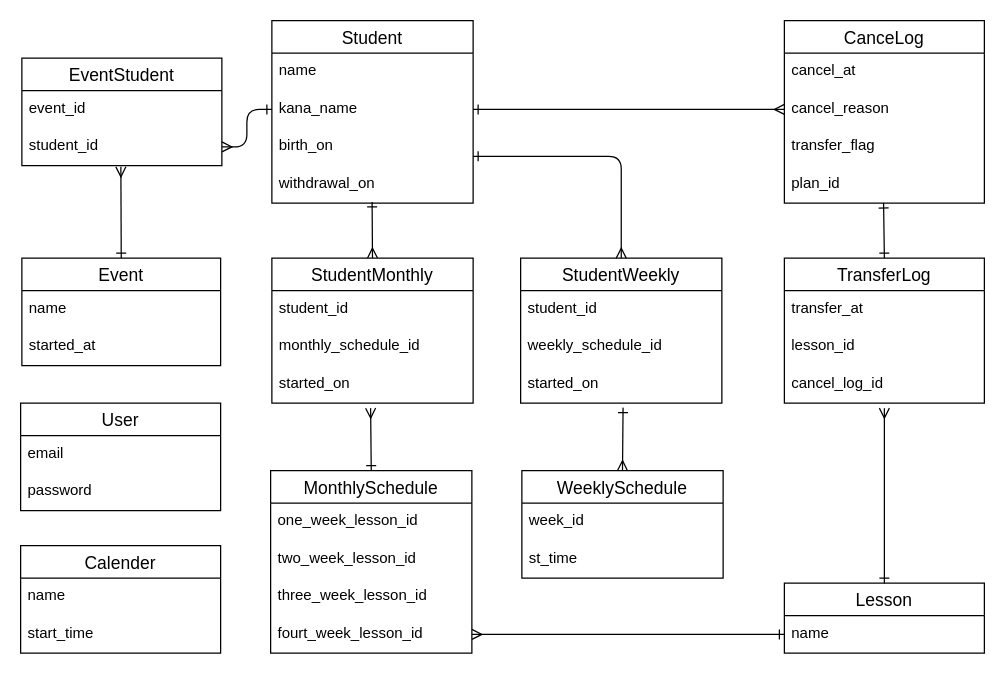
The draw.io diagram ER.dio in minidebu/classboard2, before the edit. Source tidied: cells renumbered, new cells numbered last; positions are measured from the earlier drawing's top-left corner, leaving out a move shared by most shapes. Both pictures are drawn from the tidied source at 125%, with x=0, y=0 at pixel (20, 20).
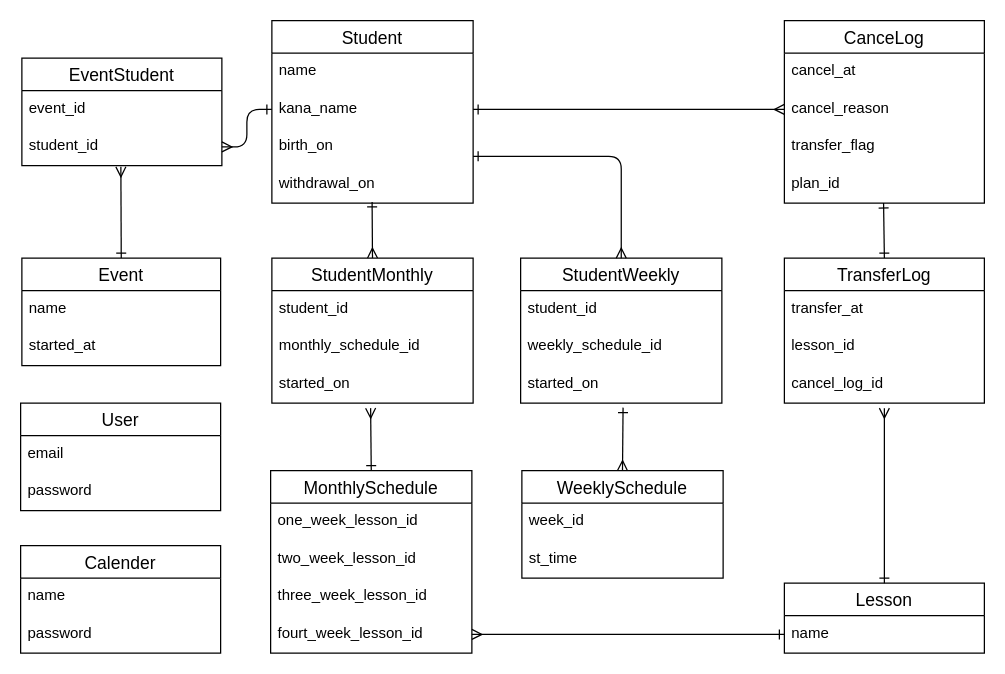
After the change.

The change refers to these unchanged cells:
```xml
<mxCell id="53" value="Calender" style="swimlane;fontStyle=0;horizontal=1;startSize=26;align=center;fontSize=14;" parent="1" vertex="1">
  <mxGeometry y="420" width="160" height="86" as="geometry" />
</mxCell>
```

Change to the diagram source:
```diff
@@
-    <mxCell id="55" value="start_time" style="text;strokeColor=none;fillColor=none;spacingLeft=4;spacingRight=4;overflow=hidden;fontSize=12;" parent="53" vertex="1">
+    <mxCell id="55" value="password" style="text;strokeColor=none;fillColor=none;spacingLeft=4;spacingRight=4;overflow=hidden;fontSize=12;" parent="53" vertex="1">
       <mxGeometry y="56" width="160" height="30" as="geometry" />
     </mxCell>
```
